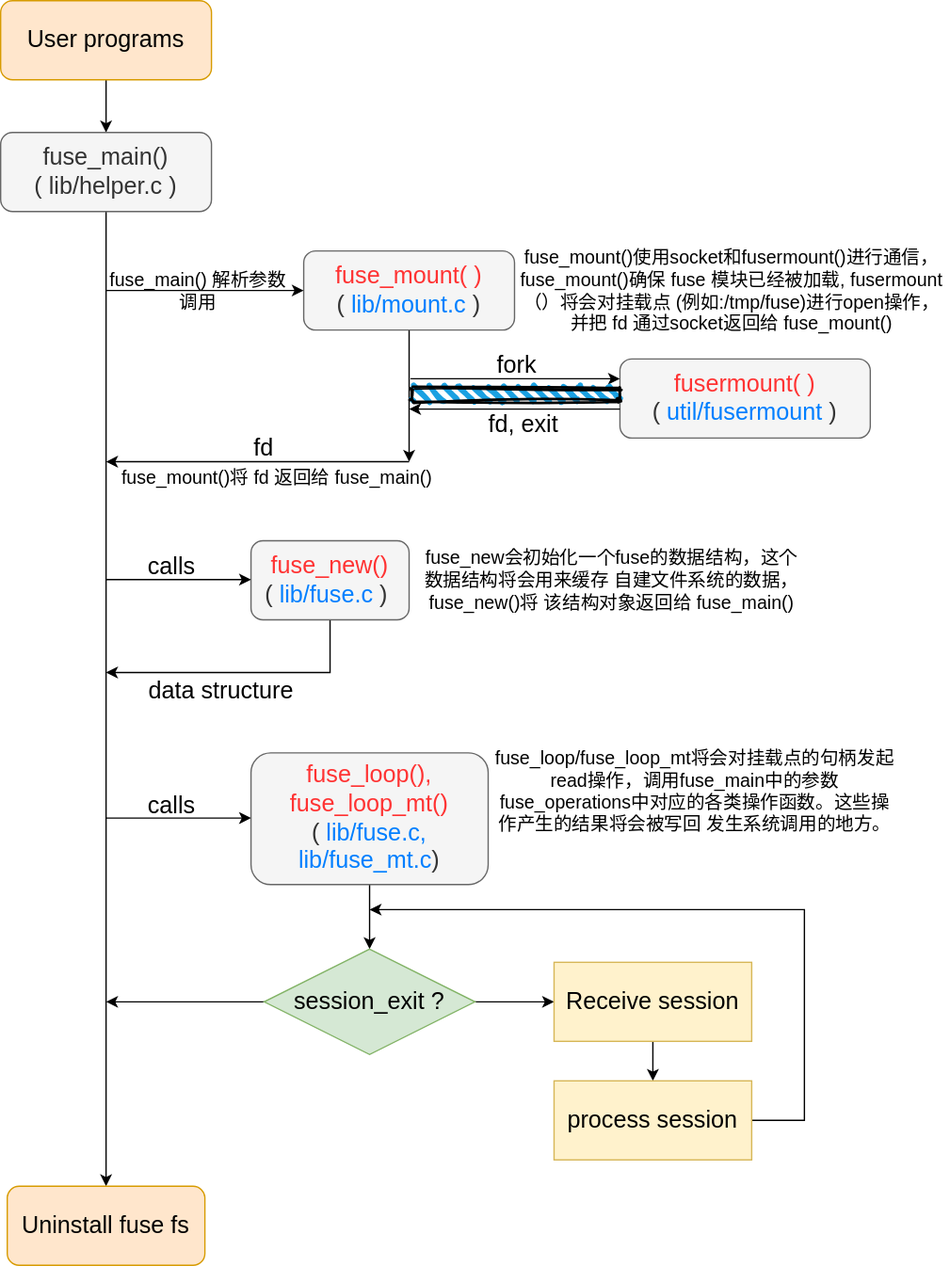
The draw.io diagram assets/img/fs/2021-03-03-fuse.svg in mu-qer/mu-qer.github.io, before a commit. Source tidied: cells renumbered, new cells last; positions are measured from the earlier drawing's top-left corner, leaving out a move shared by most shapes.
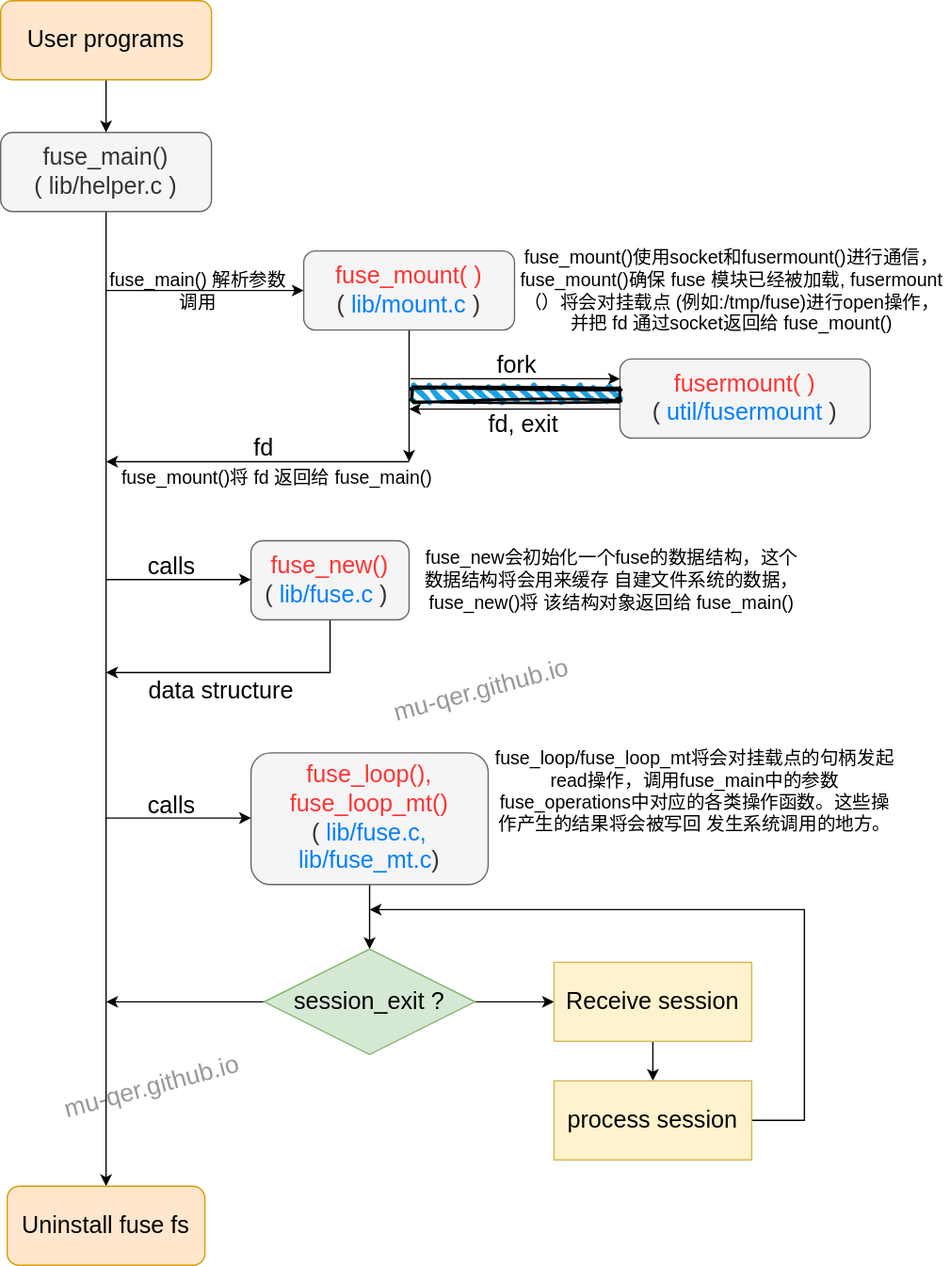
Above is the later version.

What changed in the source:
```diff
@@ -147,5 +147,11 @@
     <mxCell id="38" value="&lt;span style=&quot;font-size: 14px&quot;&gt;fuse_loop/fuse_loop_mt将会对挂载点的句柄发起read操作，调用fuse_main中的参数 fuse_operations中对应的各类操作函数。这些操作产生的结果将会被写回 发生系统调用的地方。&lt;/span&gt;" style="text;html=1;strokeColor=none;fillColor=none;align=center;verticalAlign=middle;whiteSpace=wrap;rounded=0;" parent="1" vertex="1">
       <mxGeometry x="372" y="550" width="310" height="100" as="geometry" />
     </mxCell>
+    <mxCell id="39" value="&lt;font style=&quot;font-size: 19px;&quot;&gt;mu-qer.github.io&lt;/font&gt;" style="text;html=1;align=center;verticalAlign=middle;whiteSpace=wrap;rounded=0;rotation=-15;shadow=0;glass=0;fontSize=19;labelBackgroundColor=none;textOpacity=40;" parent="1" vertex="1">
+      <mxGeometry x="279.7" y="488.8" width="170" height="70" as="geometry" />
+    </mxCell>
+    <mxCell id="40" value="&lt;font style=&quot;font-size: 19px;&quot;&gt;mu-qer.github.io&lt;/font&gt;" style="text;html=1;align=center;verticalAlign=middle;whiteSpace=wrap;rounded=0;rotation=-15;shadow=0;glass=0;fontSize=19;labelBackgroundColor=none;textOpacity=40;" parent="1" vertex="1">
+      <mxGeometry x="30" y="790" width="170" height="70" as="geometry" />
+    </mxCell>
   </root>
 </mxGraphModel>
```
